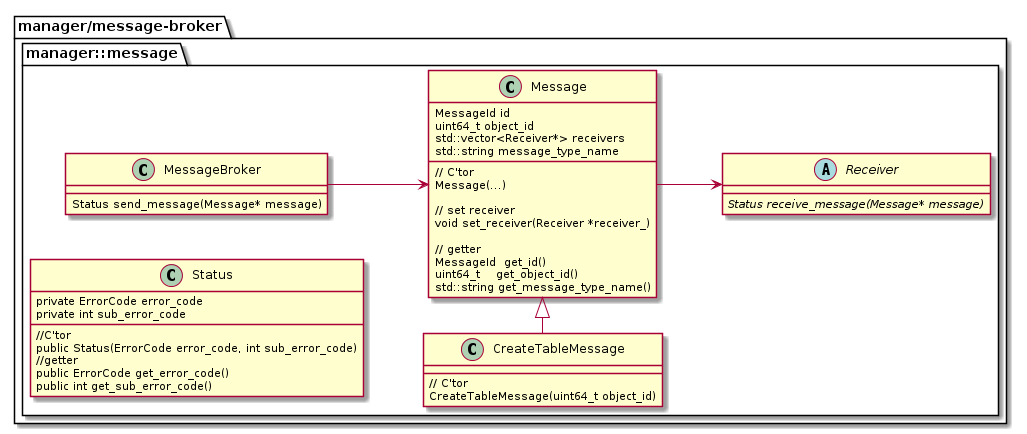
The PlantUML diagram docs/img/out/Message/Message.png in project-tsurugi/tsurugi_fdw, before a commit.
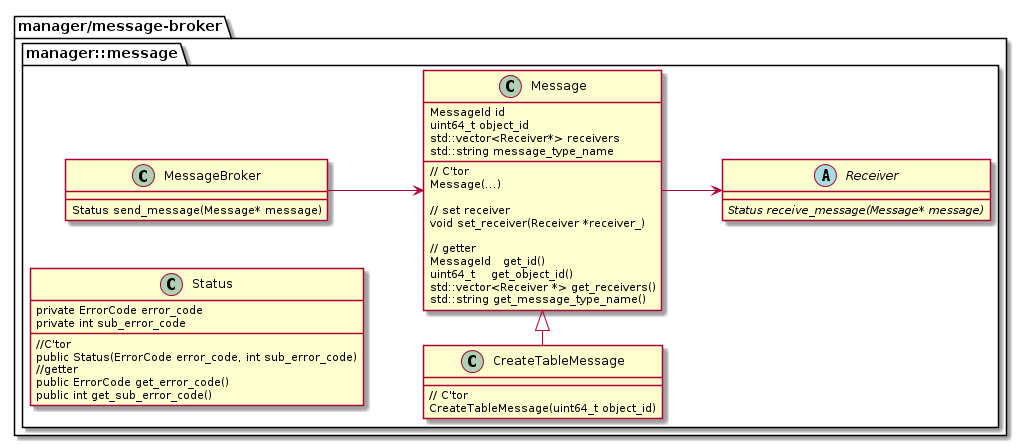
After the commit.

Commit message:
Fix description of receive_message()

What changed in the source:
```diff
@@ -19,8 +19,9 @@
     	{method}void set_receiver(Receiver *receiver_)
       {method}
       {method}// getter
-    	{method}MessageId  get_id()
+    	{method}MessageId   get_id()
     	{method}uint64_t    get_object_id()
+      {method}std::vector<Receiver *> get_receivers()
     	{method}std::string get_message_type_name()
     }
 
```
